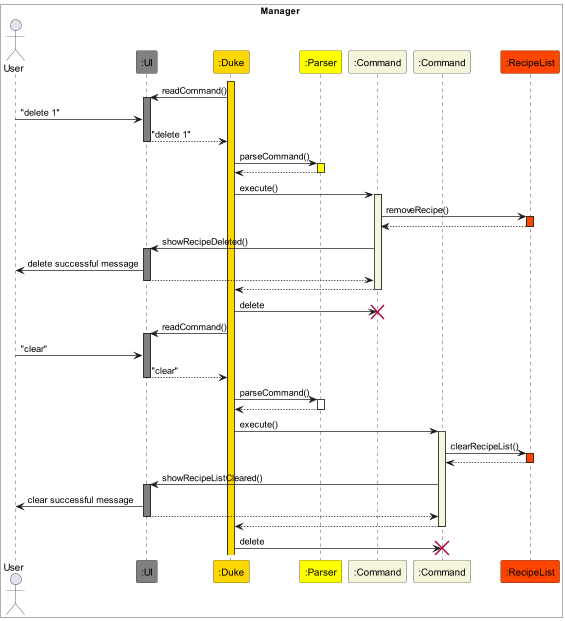
Earlier version of the PlantUML export docs/PlantUML/RecipeManage_Delete_Clear.png (nus-cs2113-AY2223S2/tp).
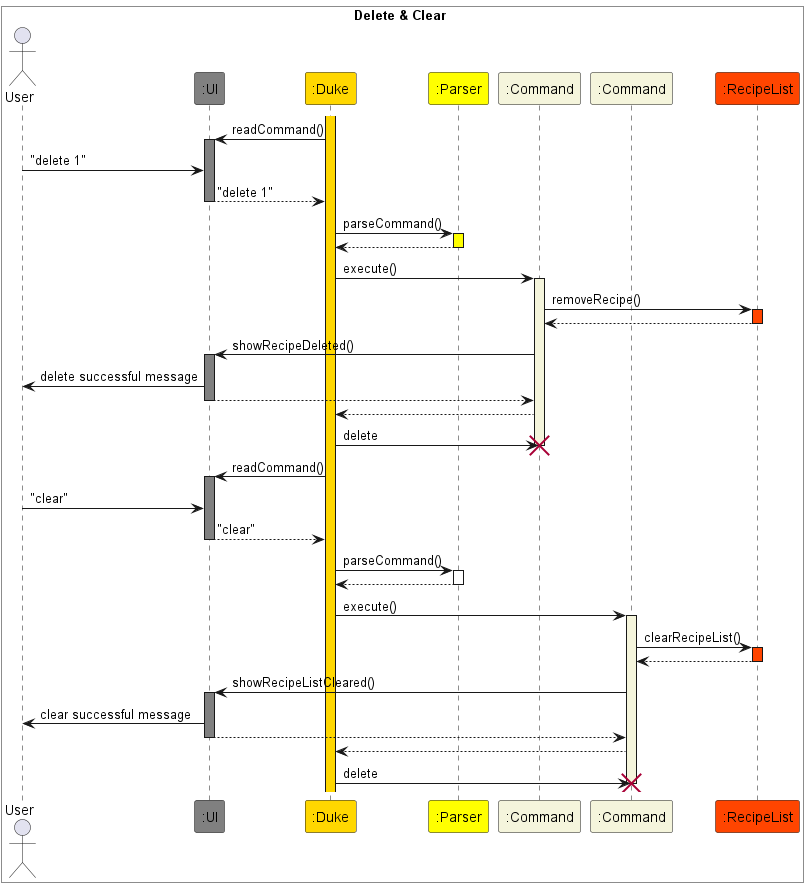
After the change.

Change to the diagram source:
```diff
@@ -1,5 +1,5 @@
-@startuml RecipeManage
-box Manager #White
+@startuml RecipeManage_Delete_Clear
+box Delete & Clear #White
 Actor User
 participant ":UI" as UI #Gray
 participant ":Duke" as Duke #Gold
@@ -31,8 +31,8 @@
 UI --> Command3
 deactivate UI
 Command3 --> Duke
+Duke -> Command3 : delete
 deactivate Command3
-Duke -> Command3 : delete
 destroy Command3
 Duke -> UI : readCommand()
 activate UI #Gray
@@ -55,7 +55,9 @@
 UI --> Command4
 deactivate UI
 Command4 --> Duke
+Duke -> Command4 : delete
 deactivate Command4
-Duke -> Command4 : delete
 destroy Command4
+
+
 @enduml
```
